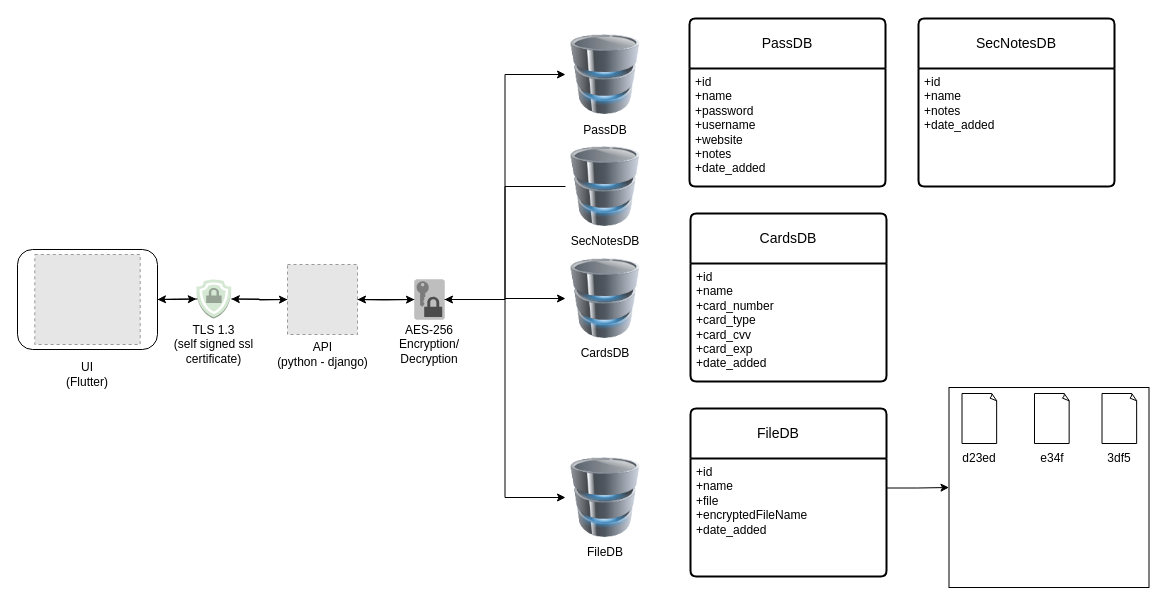
Before: page "base structure" (1 of 4) of keysafe-vault.drawio in desujoy/keysafe-vault, a draw.io diagram. Source tidied: cells renumbered, new cells numbered last; positions are measured from the earlier drawing's top-left corner, leaving out a move shared by most shapes. Both pictures are drawn from the tidied source at 100%, with x=0, y=0 at pixel (17, 18). Pictures stored in the file or linked from it are replaced by grey dashed boxes.
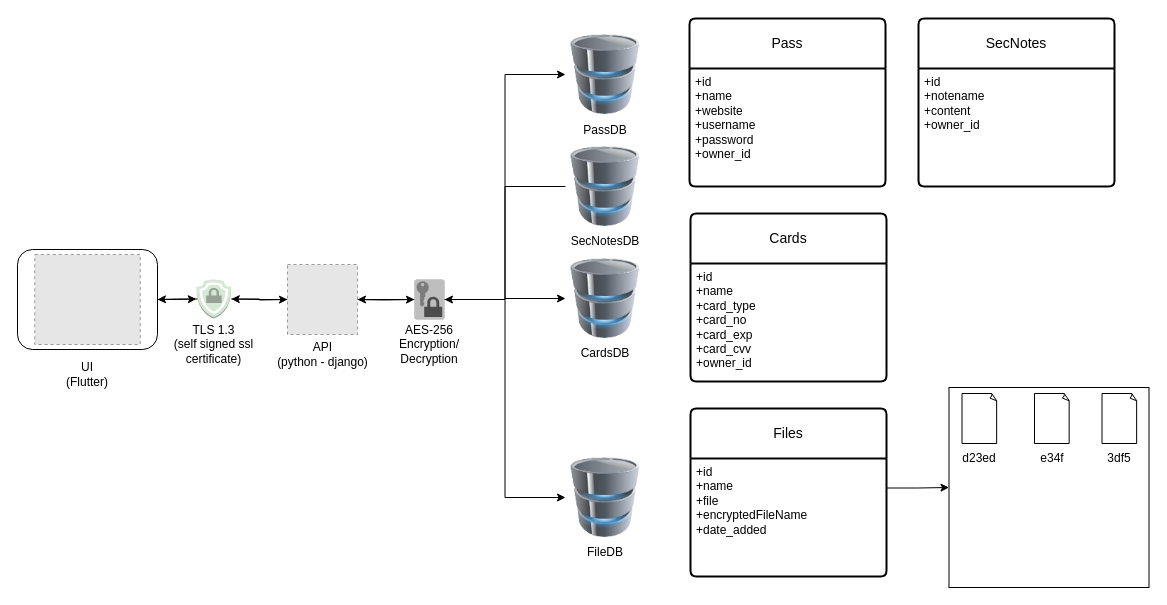
Above is the later version.

What changed in the source:
```diff
@@
-    <mxCell id="28" value="PassDB" style="swimlane;horizontal=1;startSize=50;rounded=1;fontSize=14;fontStyle=0;strokeWidth=2;shadow=0;dashed=0;align=center;arcSize=4;whiteSpace=wrap;html=1;" parent="1" vertex="1">
+    <mxCell id="28" value="Pass" style="swimlane;horizontal=1;startSize=50;rounded=1;fontSize=14;fontStyle=0;strokeWidth=2;shadow=0;dashed=0;align=center;arcSize=4;whiteSpace=wrap;html=1;" parent="1" vertex="1">
       <mxGeometry x="672" width="196" height="168" as="geometry" />
     </mxCell>
-    <mxCell id="29" value="&lt;div&gt;+id&lt;/div&gt;&lt;div&gt;+name&lt;/div&gt;&lt;div&gt;+password&lt;/div&gt;&lt;div&gt;+username&lt;/div&gt;&lt;div&gt;+website&lt;/div&gt;&lt;div&gt;+notes&lt;/div&gt;&lt;div&gt;+date_added&lt;/div&gt;" style="align=left;strokeColor=none;fillColor=none;spacingLeft=4;fontSize=12;verticalAlign=top;html=1;" parent="28" vertex="1">
+    <mxCell id="29" value="+id&lt;br style=&quot;border-color: var(--border-color);&quot;&gt;+name&lt;br style=&quot;border-color: var(--border-color);&quot;&gt;+website&lt;br style=&quot;border-color: var(--border-color);&quot;&gt;+username&lt;br style=&quot;border-color: var(--border-color);&quot;&gt;+password&lt;br style=&quot;border-color: var(--border-color);&quot;&gt;+owner_id" style="align=left;strokeColor=none;fillColor=none;spacingLeft=4;fontSize=12;verticalAlign=top;html=1;" parent="28" vertex="1">
       <mxGeometry y="50" width="196" height="118" as="geometry" />
     </mxCell>
-    <mxCell id="30" value="CardsDB" style="swimlane;horizontal=1;startSize=50;rounded=1;fontSize=14;fontStyle=0;strokeWidth=2;shadow=0;dashed=0;align=center;arcSize=4;whiteSpace=wrap;html=1;" parent="1" vertex="1">
+    <mxCell id="30" value="Cards" style="swimlane;horizontal=1;startSize=50;rounded=1;fontSize=14;fontStyle=0;strokeWidth=2;shadow=0;dashed=0;align=center;arcSize=4;whiteSpace=wrap;html=1;" parent="1" vertex="1">
       <mxGeometry x="673" y="195" width="196" height="168" as="geometry" />
     </mxCell>
-    <mxCell id="31" value="&lt;div&gt;+id&lt;/div&gt;&lt;div&gt;+name&lt;/div&gt;&lt;div&gt;+card_number&lt;/div&gt;&lt;div&gt;+card_type&lt;/div&gt;&lt;div&gt;+card_cvv&lt;/div&gt;&lt;div&gt;+card_exp&lt;/div&gt;&lt;div&gt;+date_added&lt;/div&gt;" style="align=left;strokeColor=none;fillColor=none;spacingLeft=4;fontSize=12;verticalAlign=top;html=1;" parent="30" vertex="1">
+    <mxCell id="31" value="+id&lt;br style=&quot;border-color: var(--border-color);&quot;&gt;+name&lt;br style=&quot;border-color: var(--border-color);&quot;&gt;+card_type&lt;br style=&quot;border-color: var(--border-color);&quot;&gt;+card_no&lt;br style=&quot;border-color: var(--border-color);&quot;&gt;+card_exp&lt;br style=&quot;border-color: var(--border-color);&quot;&gt;+card_cvv&lt;br&gt;+owner_id" style="align=left;strokeColor=none;fillColor=none;spacingLeft=4;fontSize=12;verticalAlign=top;html=1;" parent="30" vertex="1">
       <mxGeometry y="50" width="196" height="118" as="geometry" />
     </mxCell>
-    <mxCell id="32" value="SecNotesDB" style="swimlane;horizontal=1;startSize=50;rounded=1;fontSize=14;fontStyle=0;strokeWidth=2;shadow=0;dashed=0;align=center;arcSize=4;whiteSpace=wrap;html=1;" parent="1" vertex="1">
+    <mxCell id="32" value="SecNotes" style="swimlane;horizontal=1;startSize=50;rounded=1;fontSize=14;fontStyle=0;strokeWidth=2;shadow=0;dashed=0;align=center;arcSize=4;whiteSpace=wrap;html=1;" parent="1" vertex="1">
       <mxGeometry x="901" width="196" height="168" as="geometry" />
     </mxCell>
-    <mxCell id="33" value="&lt;div&gt;+id&lt;/div&gt;&lt;div&gt;+name&lt;/div&gt;&lt;div&gt;+notes&lt;/div&gt;&lt;div&gt;+date_added&lt;/div&gt;" style="align=left;strokeColor=none;fillColor=none;spacingLeft=4;fontSize=12;verticalAlign=top;html=1;" parent="32" vertex="1">
+    <mxCell id="33" value="+id&lt;br style=&quot;border-color: var(--border-color);&quot;&gt;+notename&lt;br style=&quot;border-color: var(--border-color);&quot;&gt;+content&lt;br style=&quot;border-color: var(--border-color);&quot;&gt;+owner_id" style="align=left;strokeColor=none;fillColor=none;spacingLeft=4;fontSize=12;verticalAlign=top;html=1;" parent="32" vertex="1">
       <mxGeometry y="50" width="196" height="118" as="geometry" />
     </mxCell>
@@
-    <mxCell id="36" value="FileDB&lt;span style=&quot;white-space: pre;&quot;&gt;&#9;&lt;/span&gt;" style="swimlane;horizontal=1;startSize=50;rounded=1;fontSize=14;fontStyle=0;strokeWidth=2;shadow=0;dashed=0;align=center;arcSize=4;whiteSpace=wrap;html=1;" parent="1" vertex="1">
+    <mxCell id="36" value="Files" style="swimlane;horizontal=1;startSize=50;rounded=1;fontSize=14;fontStyle=0;strokeWidth=2;shadow=0;dashed=0;align=center;arcSize=4;whiteSpace=wrap;html=1;" parent="1" vertex="1">
       <mxGeometry x="673" y="390" width="196" height="168" as="geometry" />
     </mxCell>
```
